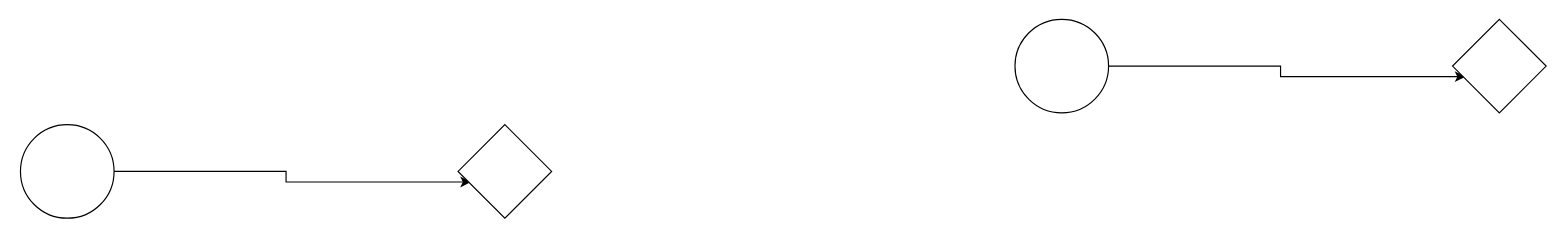
Before: repo/Untitled Diagram.drawio in chenanddom/Charts, a draw.io diagram. Source tidied: cells renumbered, new cells numbered last; positions are measured from the earlier drawing's top-left corner, leaving out a move shared by most shapes. Both pictures are drawn from the tidied source at 117%, with x=0, y=0 at pixel (20, 19).
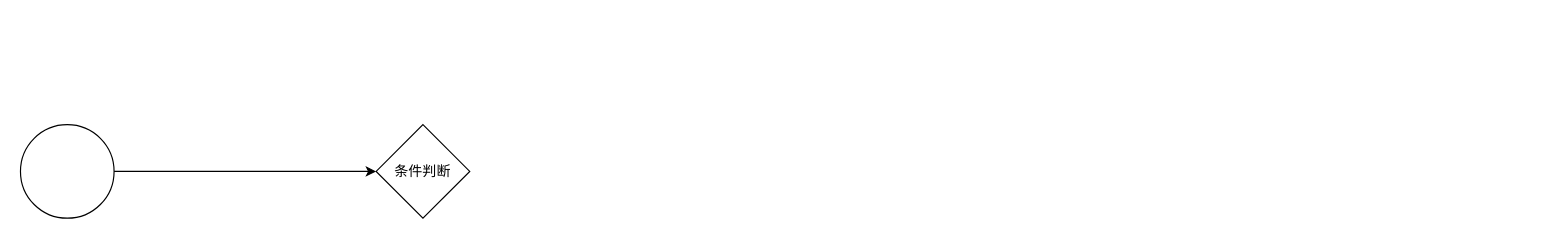
The same page after the edit.

The edit, as a diff of the source:
```diff
@@
 <mxGraphModel>
   <root>
     <mxCell id="0" />
     <mxCell id="1" parent="0" />
-    <mxCell id="2" style="edgeStyle=orthogonalEdgeStyle;rounded=0;jettySize=auto;html=1;exitX=1;exitY=0.5;exitDx=0;exitDy=0;entryX=0.138;entryY=0.613;entryDx=0;entryDy=0;entryPerimeter=0;" parent="1" edge="1" source="3" target="4">
-      <mxGeometry relative="1" as="geometry" />
-    </mxCell>
+    <mxCell id="8" style="edgeStyle=orthogonalEdgeStyle;rounded=0;jettySize=auto;html=1;entryX=0;entryY=0.5;entryDx=0;entryDy=0;" parent="1" edge="1" source="3" target="9">
+      <mxGeometry relative="1" as="geometry" />
+    </mxCell>
     <mxCell id="3" style="ellipse;whiteSpace=wrap;html=1;" parent="1" vertex="1">
       <mxGeometry y="90" width="80" height="80" as="geometry" />
     </mxCell>
-    <mxCell id="4" style="rhombus;whiteSpace=wrap;html=1;" parent="1" vertex="1">
-      <mxGeometry x="374" y="90" width="80" height="80" as="geometry" />
-    </mxCell>
-    <mxCell id="5" style="edgeStyle=orthogonalEdgeStyle;rounded=0;jettySize=auto;html=1;exitX=1;exitY=0.5;exitDx=0;exitDy=0;entryX=0.138;entryY=0.613;entryDx=0;entryDy=0;entryPerimeter=0;" parent="1" edge="1" source="6" target="7">
-      <mxGeometry relative="1" as="geometry" />
-    </mxCell>
-    <mxCell id="6" style="ellipse;whiteSpace=wrap;html=1;" parent="1" vertex="1">
-      <mxGeometry x="850" width="80" height="80" as="geometry" />
-    </mxCell>
-    <mxCell id="7" style="rhombus;whiteSpace=wrap;html=1;" parent="1" vertex="1">
-      <mxGeometry x="1224" width="80" height="80" as="geometry" />
-    </mxCell>
+    <mxCell id="9" value="条件判断" style="rhombus;whiteSpace=wrap;html=1;" parent="1" vertex="1">
+      <mxGeometry x="304" y="90" width="80" height="80" as="geometry" />
+    </mxCell>
   </root>
 </mxGraphModel>
```
